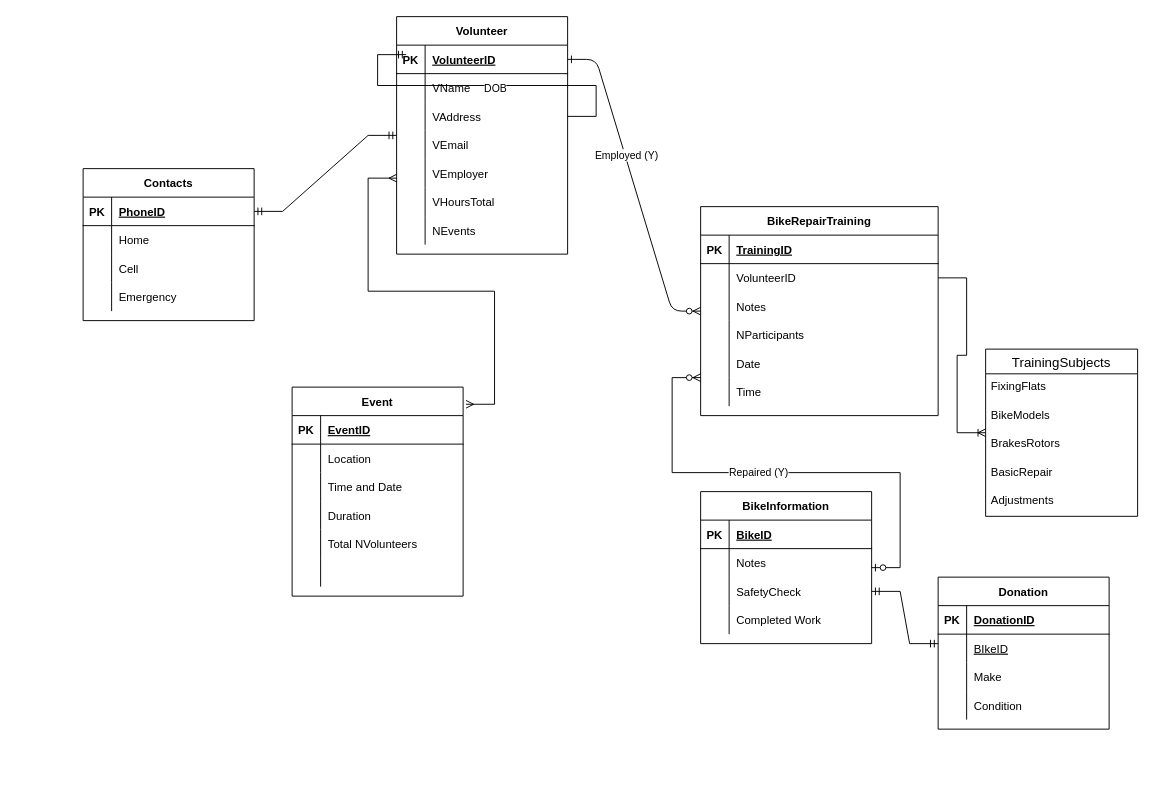
Before: Untitled Diagram.drawio in dcar2121/sl4, a draw.io diagram. Source tidied: cells renumbered, new cells numbered last; positions are measured from the earlier drawing's top-left corner, leaving out a move shared by most shapes. Both pictures are drawn from the tidied source at 95%, with x=0, y=0 at pixel (83, 16).
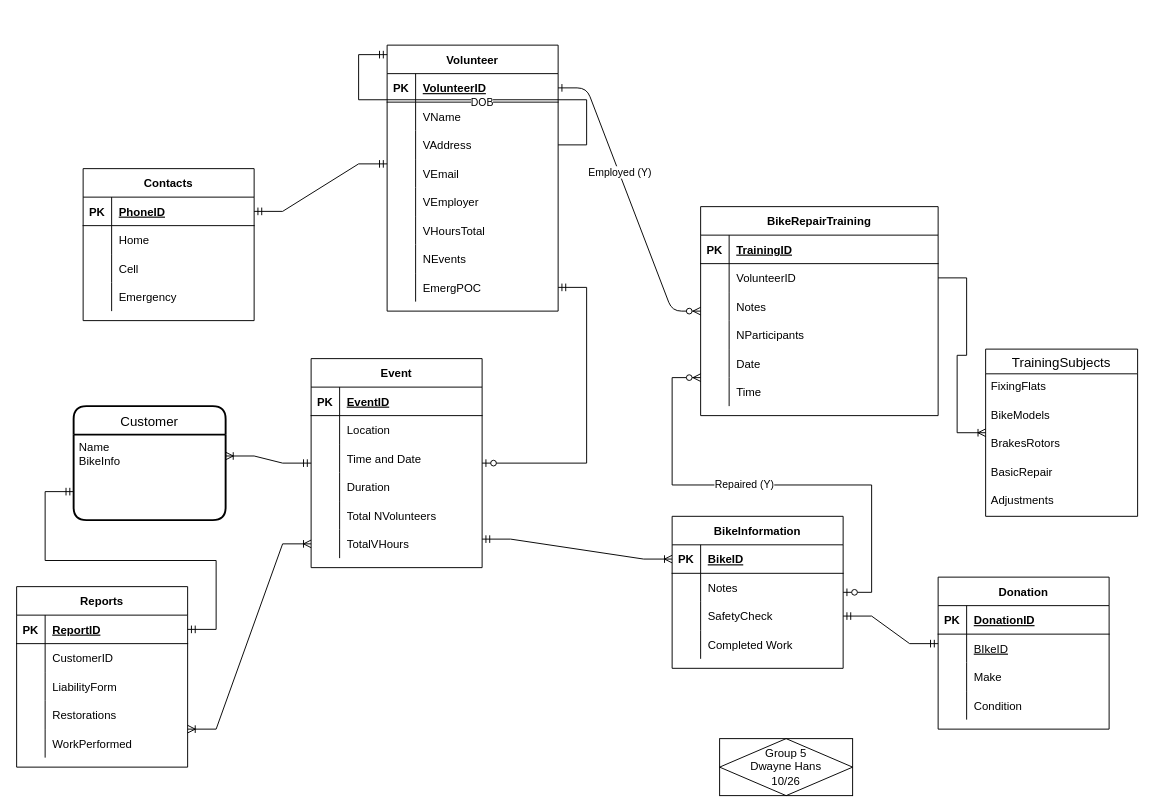
The same diagram, later.

Commit message:
'hello world!'

The change refers to these unchanged cells:
```xml
<mxCell id="43" style="shape=tableRow;horizontal=0;startSize=0;swimlaneHead=0;swimlaneBody=0;fillColor=none;points=[[0,0.5],[1,0.5]];portConstraint=eastwest;top=0;left=0;right=0;bottom=0;" parent="36" vertex="1">
  <mxGeometry y="90" width="180" height="30" as="geometry" />
</mxCell>
<mxCell id="84" style="shape=tableRow;horizontal=0;startSize=0;swimlaneHead=0;swimlaneBody=0;fillColor=none;points=[[0,0.5],[1,0.5]];portConstraint=eastwest;top=0;left=0;right=0;bottom=0;" parent="68" vertex="1">
  <mxGeometry y="180" width="180" height="30" as="geometry" />
</mxCell>
<mxCell id="88" style="shape=tableRow;horizontal=0;startSize=0;swimlaneHead=0;swimlaneBody=0;fillColor=none;points=[[0,0.5],[1,0.5]];portConstraint=eastwest;top=0;left=0;right=0;bottom=1;" parent="87" vertex="1">
  <mxGeometry y="30" width="180" height="30" as="geometry" />
</mxCell>
```

Diff of the diagram source:
```diff
@@
     <mxCell id="36" value="Volunteer" style="shape=table;startSize=30;childLayout=tableLayout;rowLines=0;fontStyle=1;align=center;" parent="1" vertex="1">
-      <mxGeometry x="330" width="180" height="250" as="geometry" />
+      <mxGeometry x="320" y="30" width="180" height="280" as="geometry" />
     </mxCell>
@@
+    <mxCell id="117" style="shape=tableRow;horizontal=0;startSize=0;swimlaneHead=0;swimlaneBody=0;fillColor=none;points=[[0,0.5],[1,0.5]];portConstraint=eastwest;top=0;left=0;right=0;bottom=0;" parent="36" vertex="1">
+      <mxGeometry y="240" width="180" height="30" as="geometry" />
+    </mxCell>
+    <mxCell id="118" style="shape=partialRectangle;fillColor=none;top=0;left=0;bottom=0;right=0;overflow=hidden;" parent="117" vertex="1">
+      <mxGeometry width="30" height="30" as="geometry" />
+    </mxCell>
+    <mxCell id="119" value="EmergPOC" style="shape=partialRectangle;fillColor=none;top=0;left=0;bottom=0;right=0;align=left;spacingLeft=6;overflow=hidden;" parent="117" vertex="1">
+      <mxGeometry x="30" width="150" height="30" as="geometry" />
+    </mxCell>
     <mxCell id="58" style="edgeStyle=entityRelationEdgeStyle;fontSize=12;html=1;endArrow=ERmandOne;rounded=0;" parent="1" edge="1" source="43">
       <mxGeometry relative="1" as="geometry">
-        <mxPoint x="340" y="40" as="targetPoint" />
+        <mxPoint x="320" y="40" as="targetPoint" />
       </mxGeometry>
     </mxCell>
@@
     <mxCell id="68" value="Event" style="shape=table;startSize=30;childLayout=tableLayout;rowLines=0;fontStyle=1;align=center;" parent="1" vertex="1">
-      <mxGeometry x="220" y="390" width="180" height="220" as="geometry" />
+      <mxGeometry x="240" y="360" width="180" height="220" as="geometry" />
     </mxCell>
@@
-    <mxCell id="86" style="shape=partialRectangle;fillColor=none;top=0;left=0;bottom=0;right=0;align=left;spacingLeft=6;overflow=hidden;" parent="84" vertex="1">
+    <mxCell id="86" value="TotalVHours" style="shape=partialRectangle;fillColor=none;top=0;left=0;bottom=0;right=0;align=left;spacingLeft=6;overflow=hidden;" parent="84" vertex="1">
       <mxGeometry x="30" width="150" height="30" as="geometry" />
     </mxCell>
     <mxCell id="87" value="BikeInformation" style="shape=table;startSize=30;childLayout=tableLayout;rowLines=0;fontStyle=1;align=center;" parent="1" vertex="1">
-      <mxGeometry x="650" y="500" width="180" height="160" as="geometry" />
+      <mxGeometry x="620" y="526" width="180" height="160" as="geometry" />
     </mxCell>
@@
-    <mxCell id="102" style="edgeStyle=entityRelationEdgeStyle;fontSize=12;html=1;endArrow=ERmany;startArrow=ERmany;rounded=0;exitX=1.017;exitY=0.082;exitDx=0;exitDy=0;exitPerimeter=0;" parent="1" edge="1" source="68">
-      <mxGeometry relative="1" as="geometry">
-        <mxPoint x="330" y="170" as="targetPoint" />
-      </mxGeometry>
-    </mxCell>
@@
+    <mxCell id="120" style="edgeStyle=entityRelationEdgeStyle;fontSize=12;html=1;endArrow=ERoneToMany;startArrow=ERmandOne;rounded=0;" parent="1" edge="1" target="88">
+      <mxGeometry relative="1" as="geometry">
+        <mxPoint x="420" y="550" as="sourcePoint" />
+      </mxGeometry>
+    </mxCell>
+    <mxCell id="121" value="Customer" style="swimlane;horizontal=1;startSize=30;rounded=1;fontSize=14;fontStyle=0;strokeWidth=2;shadow=0;dashed=0;align=center;" parent="1" vertex="1">
+      <mxGeometry x="-10" y="410" width="160" height="120" as="geometry" />
+    </mxCell>
+    <mxCell id="122" value="Name&#10;BikeInfo&#10;" style="align=left;strokeColor=none;fillColor=none;spacingLeft=4;fontSize=12;verticalAlign=top;" parent="121" vertex="1">
+      <mxGeometry y="30" width="160" height="90" as="geometry" />
+    </mxCell>
+    <mxCell id="123" style="edgeStyle=entityRelationEdgeStyle;fontSize=12;html=1;endArrow=ERoneToMany;startArrow=ERmandOne;rounded=0;entryX=1;entryY=0.25;entryDx=0;entryDy=0;" parent="1" edge="1" source="68" target="122">
+      <mxGeometry relative="1" as="geometry" />
+    </mxCell>
+    <mxCell id="124" style="edgeStyle=entityRelationEdgeStyle;fontSize=12;html=1;endArrow=ERzeroToOne;startArrow=ERmandOne;rounded=0;" parent="1" edge="1" source="117" target="68">
+      <mxGeometry relative="1" as="geometry" />
+    </mxCell>
+    <mxCell id="125" value="Reports" style="shape=table;startSize=30;childLayout=tableLayout;rowLines=0;fontStyle=1;align=center;" parent="1" vertex="1">
+      <mxGeometry x="-70" y="600" width="180" height="190" as="geometry" />
+    </mxCell>
+    <mxCell id="126" style="shape=tableRow;horizontal=0;startSize=0;swimlaneHead=0;swimlaneBody=0;fillColor=none;points=[[0,0.5],[1,0.5]];portConstraint=eastwest;top=0;left=0;right=0;bottom=1;" parent="125" vertex="1">
+      <mxGeometry y="30" width="180" height="30" as="geometry" />
+    </mxCell>
+    <mxCell id="127" value="PK" style="shape=partialRectangle;fillColor=none;top=0;left=0;bottom=0;right=0;fontStyle=1;overflow=hidden;" parent="126" vertex="1">
+      <mxGeometry width="30" height="30" as="geometry" />
+    </mxCell>
+    <mxCell id="128" value="ReportID" style="shape=partialRectangle;fillColor=none;top=0;left=0;bottom=0;right=0;align=left;spacingLeft=6;fontStyle=5;overflow=hidden;" parent="126" vertex="1">
+      <mxGeometry x="30" width="150" height="30" as="geometry" />
+    </mxCell>
+    <mxCell id="129" style="shape=tableRow;horizontal=0;startSize=0;swimlaneHead=0;swimlaneBody=0;fillColor=none;top=0;left=0;right=0;bottom=0;" parent="125" vertex="1">
+      <mxGeometry y="60" width="180" height="30" as="geometry" />
+    </mxCell>
+    <mxCell id="130" style="shape=partialRectangle;fillColor=none;top=0;left=0;bottom=0;right=0;overflow=hidden;" parent="129" vertex="1">
+      <mxGeometry width="30" height="30" as="geometry" />
+    </mxCell>
+    <mxCell id="131" value="CustomerID" style="shape=partialRectangle;fillColor=none;top=0;left=0;bottom=0;right=0;align=left;spacingLeft=6;overflow=hidden;" parent="129" vertex="1">
+      <mxGeometry x="30" width="150" height="30" as="geometry" />
+    </mxCell>
+    <mxCell id="132" style="shape=tableRow;horizontal=0;startSize=0;swimlaneHead=0;swimlaneBody=0;fillColor=none;top=0;left=0;right=0;bottom=0;" parent="125" vertex="1">
+      <mxGeometry y="90" width="180" height="30" as="geometry" />
+    </mxCell>
+    <mxCell id="133" style="shape=partialRectangle;fillColor=none;top=0;left=0;bottom=0;right=0;overflow=hidden;" parent="132" vertex="1">
+      <mxGeometry width="30" height="30" as="geometry" />
+    </mxCell>
+    <mxCell id="134" value="LiabilityForm" style="shape=partialRectangle;fillColor=none;top=0;left=0;bottom=0;right=0;align=left;spacingLeft=6;overflow=hidden;" parent="132" vertex="1">
+      <mxGeometry x="30" width="150" height="30" as="geometry" />
+    </mxCell>
+    <mxCell id="135" style="shape=tableRow;horizontal=0;startSize=0;swimlaneHead=0;swimlaneBody=0;fillColor=none;top=0;left=0;right=0;bottom=0;" parent="125" vertex="1">
+      <mxGeometry y="120" width="180" height="30" as="geometry" />
+    </mxCell>
+    <mxCell id="136" style="shape=partialRectangle;fillColor=none;top=0;left=0;bottom=0;right=0;overflow=hidden;" parent="135" vertex="1">
+      <mxGeometry width="30" height="30" as="geometry" />
+    </mxCell>
+    <mxCell id="137" value="Restorations" style="shape=partialRectangle;fillColor=none;top=0;left=0;bottom=0;right=0;align=left;spacingLeft=6;overflow=hidden;" parent="135" vertex="1">
+      <mxGeometry x="30" width="150" height="30" as="geometry" />
+    </mxCell>
+    <mxCell id="138" style="shape=tableRow;horizontal=0;startSize=0;swimlaneHead=0;swimlaneBody=0;fillColor=none;top=0;left=0;right=0;bottom=0;" parent="125" vertex="1">
+      <mxGeometry y="150" width="180" height="30" as="geometry" />
+    </mxCell>
+    <mxCell id="139" style="shape=partialRectangle;fillColor=none;top=0;left=0;bottom=0;right=0;overflow=hidden;" parent="138" vertex="1">
+      <mxGeometry width="30" height="30" as="geometry" />
+    </mxCell>
+    <mxCell id="140" value="WorkPerformed" style="shape=partialRectangle;fillColor=none;top=0;left=0;bottom=0;right=0;align=left;spacingLeft=6;overflow=hidden;" parent="138" vertex="1">
+      <mxGeometry x="30" width="150" height="30" as="geometry" />
+    </mxCell>
+    <mxCell id="141" style="edgeStyle=entityRelationEdgeStyle;fontSize=12;html=1;endArrow=ERmandOne;startArrow=ERmandOne;rounded=0;" parent="1" edge="1" source="126">
+      <mxGeometry relative="1" as="geometry">
+        <mxPoint x="-10" y="500" as="targetPoint" />
+      </mxGeometry>
+    </mxCell>
+    <mxCell id="142" style="edgeStyle=entityRelationEdgeStyle;fontSize=12;html=1;endArrow=ERoneToMany;startArrow=ERoneToMany;rounded=0;" parent="1" edge="1" target="84">
+      <mxGeometry relative="1" as="geometry">
+        <mxPoint x="110" y="750" as="sourcePoint" />
+      </mxGeometry>
+    </mxCell>
+    <mxCell id="143" value="Group 5&lt;br&gt;Dwayne Hans&lt;br&gt;10/26" style="shape=associativeEntity;whiteSpace=wrap;html=1;align=center;" parent="1" vertex="1">
+      <mxGeometry x="670" y="760" width="140" height="60" as="geometry" />
+    </mxCell>
```
